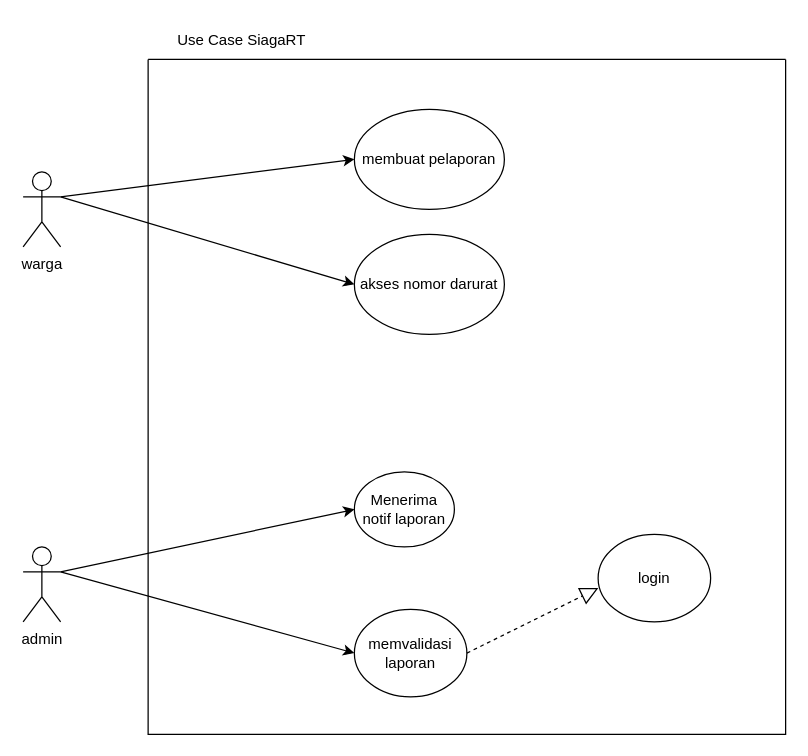
The draw.io diagram page "USE CASE" (2 of 2) of class diagram.drawio in Arflifie/siagart, before the edit. Source tidied: cells renumbered, new cells numbered last; positions are measured from the earlier drawing's top-left corner, leaving out a move shared by most shapes. Both pictures are drawn from the tidied source at 125%, with x=0, y=0 at pixel (22, 21).
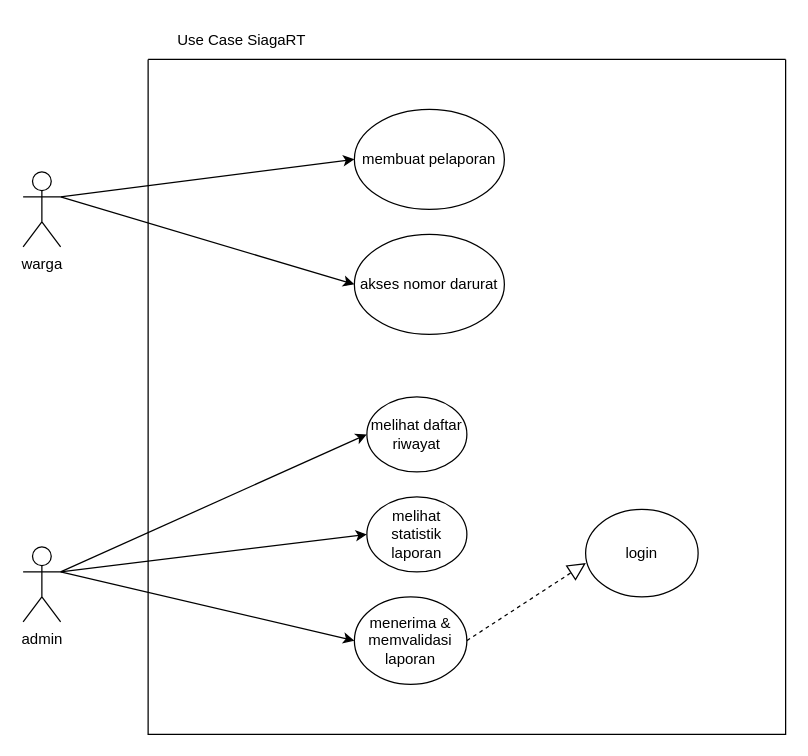
After the change.

Commit message:
update use case

Change to the diagram source:
```diff
@@
 <mxGraphModel>
   <root>
     <mxCell id="0" />
     <mxCell id="1" parent="0" />
     <mxCell id="2" value="admin" style="shape=umlActor;verticalLabelPosition=bottom;verticalAlign=top;html=1;outlineConnect=0;" parent="1" vertex="1">
       <mxGeometry y="420" width="30" height="60" as="geometry" />
     </mxCell>
     <mxCell id="3" value="warga" style="shape=umlActor;verticalLabelPosition=bottom;verticalAlign=top;html=1;outlineConnect=0;" parent="1" vertex="1">
       <mxGeometry y="120" width="30" height="60" as="geometry" />
     </mxCell>
     <mxCell id="4" style="swimlane;startSize=0;" parent="1" vertex="1">
       <mxGeometry x="100" y="30" width="510" height="540" as="geometry" />
     </mxCell>
     <mxCell id="5" value="membuat pelaporan" style="ellipse;whiteSpace=wrap;html=1;" parent="4" vertex="1">
       <mxGeometry x="165" y="40" width="120" height="80" as="geometry" />
     </mxCell>
-    <mxCell id="6" value="Menerima notif laporan" style="ellipse;whiteSpace=wrap;html=1;" parent="4" vertex="1">
-      <mxGeometry x="165" y="330" width="80" height="60" as="geometry" />
-    </mxCell>
-    <mxCell id="7" value="memvalidasi laporan" style="ellipse;whiteSpace=wrap;html=1;" parent="4" vertex="1">
-      <mxGeometry x="165" y="440" width="90" height="70" as="geometry" />
+    <mxCell id="7" value="menerima &amp;amp; memvalidasi laporan" style="ellipse;whiteSpace=wrap;html=1;" parent="4" vertex="1">
+      <mxGeometry x="165" y="430" width="90" height="70" as="geometry" />
     </mxCell>
     <mxCell id="8" value="akses nomor darurat" style="ellipse;whiteSpace=wrap;html=1;" parent="4" vertex="1">
       <mxGeometry x="165" y="140" width="120" height="80" as="geometry" />
     </mxCell>
     <mxCell id="9" value="login" style="ellipse;whiteSpace=wrap;html=1;" parent="4" vertex="1">
-      <mxGeometry x="360" y="380" width="90" height="70" as="geometry" />
+      <mxGeometry x="350" y="360" width="90" height="70" as="geometry" />
     </mxCell>
     <mxCell id="10" style="endArrow=block;dashed=1;endFill=0;endSize=12;html=1;rounded=0;entryX=0.002;entryY=0.614;entryDx=0;entryDy=0;entryPerimeter=0;exitX=1;exitY=0.5;exitDx=0;exitDy=0;" parent="4" edge="1" source="7" target="9">
       <mxGeometry relative="1" as="geometry" />
     </mxCell>
-    <mxCell id="11" style="endArrow=classic;html=1;rounded=0;exitX=1;exitY=0.3333333333333333;exitDx=0;exitDy=0;exitPerimeter=0;entryX=0;entryY=0.5;entryDx=0;entryDy=0;" parent="1" edge="1" source="2" target="6">
-      <mxGeometry relative="1" as="geometry" />
-    </mxCell>
+    <mxCell id="16" value="melihat daftar riwayat" style="ellipse;whiteSpace=wrap;html=1;" parent="4" vertex="1">
+      <mxGeometry x="175" y="270" width="80" height="60" as="geometry" />
+    </mxCell>
+    <mxCell id="17" value="melihat statistik laporan" style="ellipse;whiteSpace=wrap;html=1;" parent="4" vertex="1">
+      <mxGeometry x="175" y="350" width="80" height="60" as="geometry" />
+    </mxCell>
     <mxCell id="12" style="endArrow=classic;html=1;rounded=0;exitX=1;exitY=0.3333333333333333;exitDx=0;exitDy=0;exitPerimeter=0;entryX=0;entryY=0.5;entryDx=0;entryDy=0;" parent="1" edge="1" source="2" target="7">
       <mxGeometry relative="1" as="geometry" />
     </mxCell>
     <mxCell id="13" style="endArrow=classic;html=1;rounded=0;exitX=1;exitY=0.3333333333333333;exitDx=0;exitDy=0;exitPerimeter=0;entryX=0;entryY=0.5;entryDx=0;entryDy=0;" parent="1" edge="1" source="3" target="8">
       <mxGeometry relative="1" as="geometry" />
     </mxCell>
     <mxCell id="14" style="endArrow=classic;html=1;rounded=0;entryX=0;entryY=0.5;entryDx=0;entryDy=0;" parent="1" edge="1" target="5">
       <mxGeometry relative="1" as="geometry">
         <mxPoint x="30" y="140" as="sourcePoint" />
       </mxGeometry>
     </mxCell>
     <mxCell id="15" value="Use Case SiagaRT" style="text;html=1;whiteSpace=wrap;strokeColor=none;fillColor=none;align=center;verticalAlign=middle;rounded=0;" parent="1" vertex="1">
       <mxGeometry x="100" width="150" height="30" as="geometry" />
     </mxCell>
+    <mxCell id="18" style="endArrow=classic;html=1;rounded=0;entryX=0;entryY=0.5;entryDx=0;entryDy=0;" parent="1" edge="1" target="16">
+      <mxGeometry relative="1" as="geometry">
+        <mxPoint x="30" y="440" as="sourcePoint" />
+      </mxGeometry>
+    </mxCell>
+    <mxCell id="19" style="endArrow=classic;html=1;rounded=0;entryX=0;entryY=0.5;entryDx=0;entryDy=0;" parent="1" edge="1" target="17">
+      <mxGeometry relative="1" as="geometry">
+        <mxPoint x="30" y="440" as="sourcePoint" />
+      </mxGeometry>
+    </mxCell>
   </root>
 </mxGraphModel>
```
